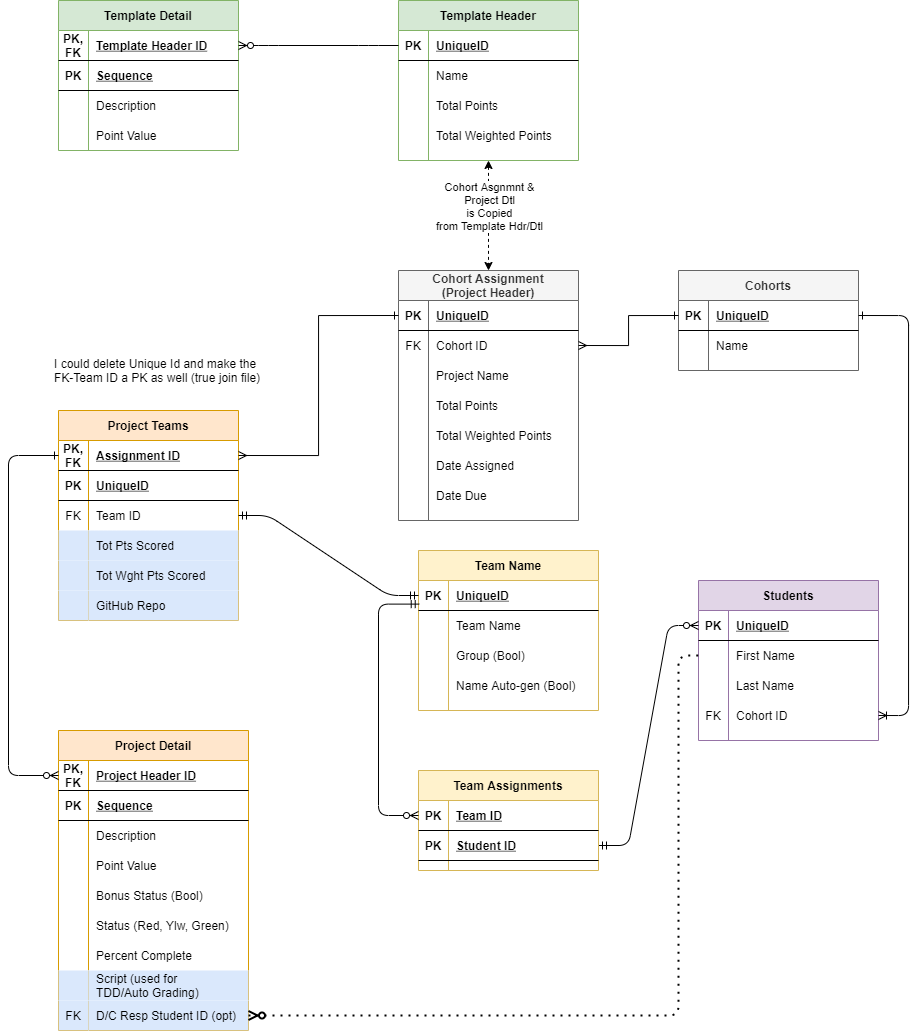
The draw.io diagram USAG_ERD.png in cashmy/usaag, before a commit. Source tidied: cells renumbered, new cells last; positions are measured from the earlier drawing's top-left corner, leaving out a move shared by most shapes.
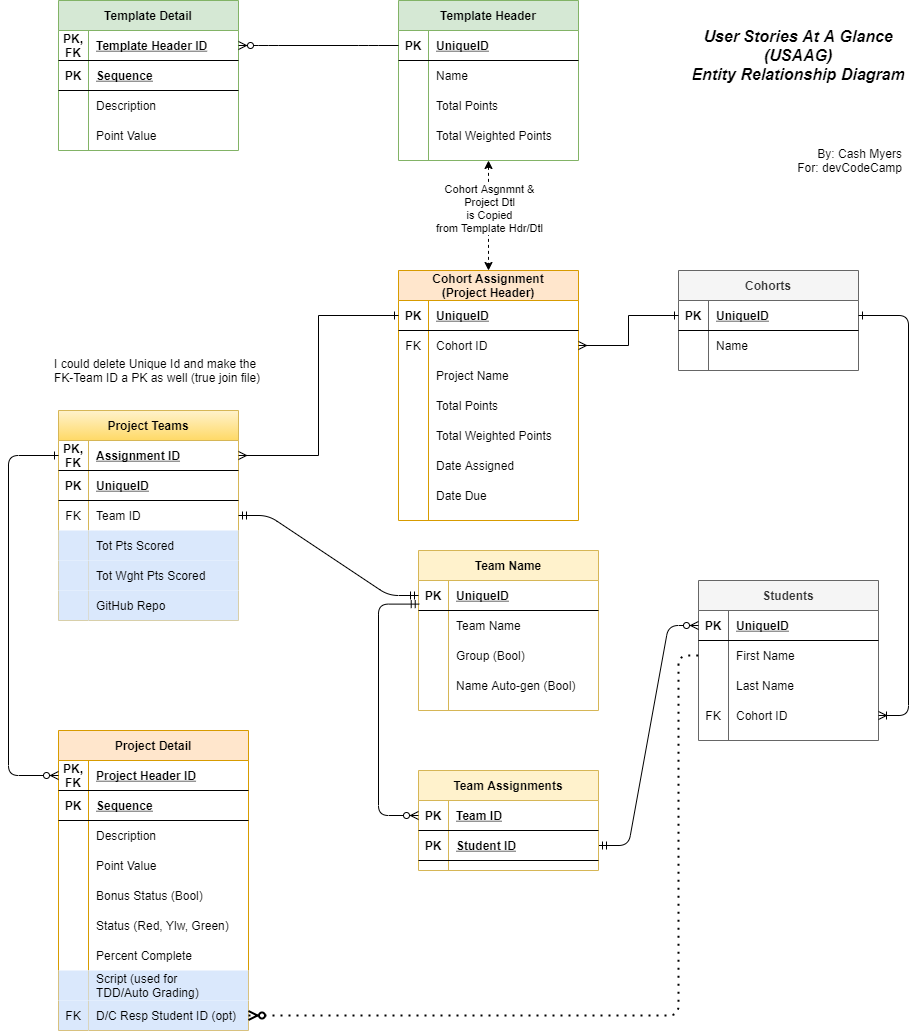
The same diagram one commit later.

Commit message:
Title, Colorization, & Attribution: ERD

What changed in the source:
```diff
@@ -41,7 +41,7 @@
     <mxCell id="14" value="Total Weighted Points" style="shape=partialRectangle;fillColor=none;top=0;left=0;bottom=0;right=0;align=left;spacingLeft=6;overflow=hidden;" parent="12" vertex="1">
       <mxGeometry x="30" width="150" height="30" as="geometry" />
     </mxCell>
-    <mxCell id="15" value="Project Teams" style="shape=table;startSize=30;rowLines=0;fontStyle=1;align=center;fillColor=#ffe6cc;strokeColor=#d79b00;" parent="1" vertex="1">
+    <mxCell id="15" value="Project Teams" style="shape=table;startSize=30;rowLines=0;fontStyle=1;align=center;fillColor=#fff2cc;strokeColor=#d6b656;gradientColor=#ffd966;" parent="1" vertex="1">
       <mxGeometry x="50" y="410" width="180" height="210" as="geometry" />
     </mxCell>
     <mxCell id="16" style="shape=partialRectangle;fillColor=none;top=0;left=0;bottom=1;right=0;points=[[0,0.5],[1,0.5]];portConstraint=eastwest;" parent="15" vertex="1">
@@ -119,7 +119,7 @@
     <mxCell id="40" value="Name" style="shape=partialRectangle;fillColor=none;top=0;left=0;bottom=0;right=0;align=left;spacingLeft=6;overflow=hidden;" parent="38" vertex="1">
       <mxGeometry x="30" width="150" height="30" as="geometry" />
     </mxCell>
-    <mxCell id="41" value="Students" style="shape=table;startSize=30;rowLines=0;fontStyle=1;align=center;fillColor=#e1d5e7;strokeColor=#9673a6;" parent="1" vertex="1">
+    <mxCell id="41" value="Students" style="shape=table;startSize=30;rowLines=0;fontStyle=1;align=center;fillColor=#f5f5f5;strokeColor=#666666;fontColor=#333333;" parent="1" vertex="1">
       <mxGeometry x="690" y="580" width="180" height="160" as="geometry" />
     </mxCell>
     <mxCell id="42" style="shape=partialRectangle;fillColor=none;top=0;left=0;bottom=1;right=0;points=[[0,0.5],[1,0.5]];portConstraint=eastwest;" parent="41" vertex="1">
@@ -395,7 +395,7 @@
         </Array>
       </mxGeometry>
     </mxCell>
-    <mxCell id="125" value="Cohort Assignment&#10;(Project Header)" style="shape=table;startSize=30;rowLines=0;fontStyle=1;align=center;fillColor=#f5f5f5;strokeColor=#666666;fontColor=#333333;" parent="1" vertex="1">
+    <mxCell id="125" value="Cohort Assignment&#10;(Project Header)" style="shape=table;startSize=30;rowLines=0;fontStyle=1;align=center;fillColor=#ffe6cc;strokeColor=#d79b00;" parent="1" vertex="1">
       <mxGeometry x="390" y="270" width="180" height="250" as="geometry" />
     </mxCell>
     <mxCell id="126" style="shape=partialRectangle;fillColor=none;top=0;left=0;bottom=1;right=0;points=[[0,0.5],[1,0.5]];portConstraint=eastwest;" parent="125" vertex="1">
@@ -470,5 +470,11 @@
     <mxCell id="149" value="I could delete Unique Id and make the&#10;FK-Team ID a PK as well (true join file)" style="text;strokeColor=none;fillColor=none;spacingLeft=4;spacingRight=4;overflow=hidden;fontSize=12;" parent="1" vertex="1">
       <mxGeometry x="40" y="350" width="230" height="41" as="geometry" />
     </mxCell>
+    <mxCell id="150" value="User Stories At A Glance&#10;(USAAG)&#10;Entity Relationship Diagram" style="text;strokeColor=none;fillColor=none;spacingLeft=4;spacingRight=4;overflow=hidden;fontSize=16;align=center;fontStyle=3;" parent="1" vertex="1">
+      <mxGeometry x="680" y="20" width="220" height="70" as="geometry" />
+    </mxCell>
+    <mxCell id="151" value="By: Cash Myers&#10;For: devCodeCamp" style="text;strokeColor=none;fillColor=none;spacingLeft=4;spacingRight=4;overflow=hidden;fontSize=12;align=right;" parent="1" vertex="1">
+      <mxGeometry x="710" y="140" width="190" height="40" as="geometry" />
+    </mxCell>
   </root>
 </mxGraphModel>
```
